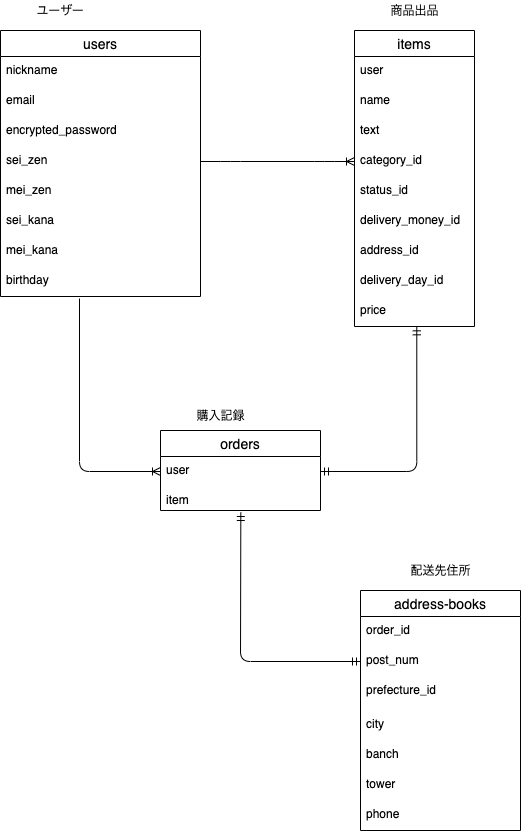
Earlier version of the draw.io export ER図.png (ak-matsu/furima-34248). Source tidied: cells renumbered, new cells last; positions are measured from the earlier drawing's top-left corner, leaving out a move shared by most shapes.
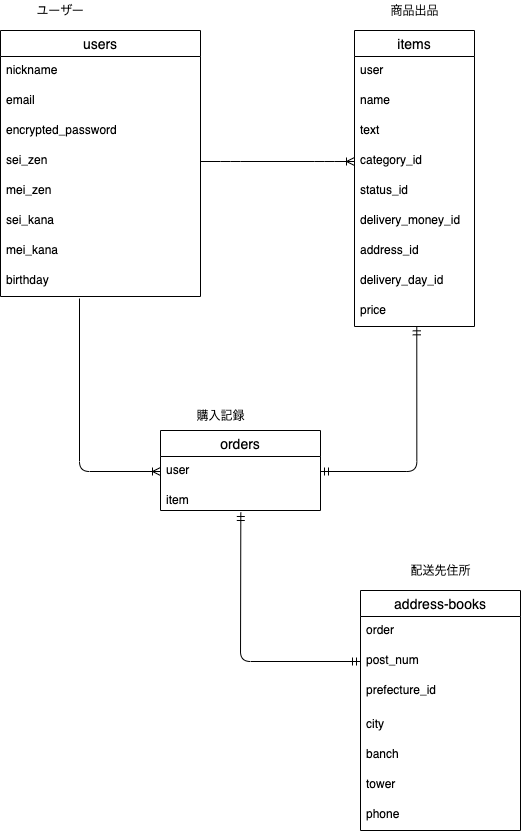
Later version of the same file.

Change to the diagram source:
```diff
@@ -83,7 +83,7 @@
     <mxCell id="28" value="address-books" style="swimlane;fontStyle=0;horizontal=1;startSize=26;align=center;fontSize=14;" parent="1" vertex="1">
       <mxGeometry x="360" y="590" width="160" height="240" as="geometry" />
     </mxCell>
-    <mxCell id="29" value="order_id" style="text;strokeColor=none;fillColor=none;spacingLeft=4;spacingRight=4;overflow=hidden;fontSize=12;" parent="28" vertex="1">
+    <mxCell id="29" value="order" style="text;strokeColor=none;fillColor=none;spacingLeft=4;spacingRight=4;overflow=hidden;fontSize=12;" parent="28" vertex="1">
       <mxGeometry y="26" width="160" height="30" as="geometry" />
     </mxCell>
     <mxCell id="30" value="post_num" style="text;strokeColor=none;fillColor=none;spacingLeft=4;spacingRight=4;overflow=hidden;points=[[0,0.5],[1,0.5]];portConstraint=eastwest;fontSize=12;" parent="28" vertex="1">
```
